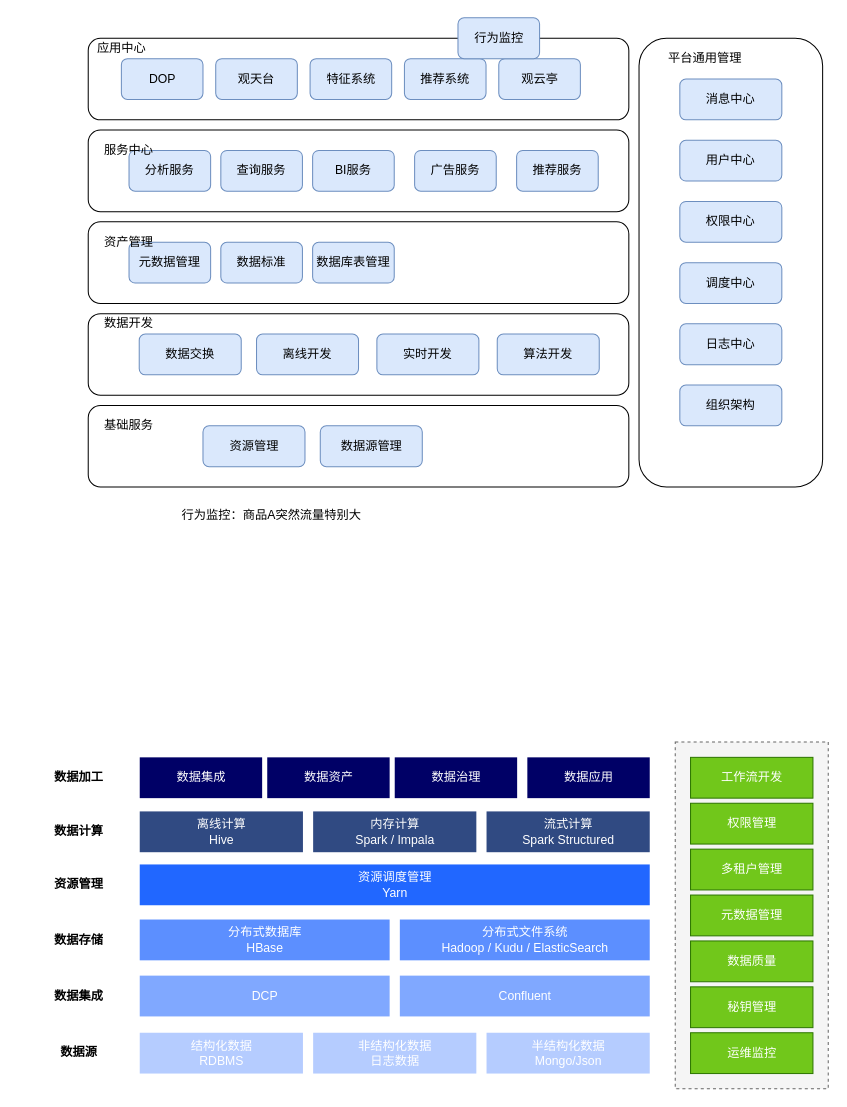
Before: page "产品架构" (2 of 5) of big_data/大数据架构.drawio in zoeminghong/full-stack, a draw.io diagram. Source tidied: cells renumbered, new cells numbered last; positions are measured from the earlier drawing's top-left corner, leaving out a move shared by most shapes. Both pictures are drawn from the tidied source at 102%, with x=0, y=0 at pixel (16, 17).
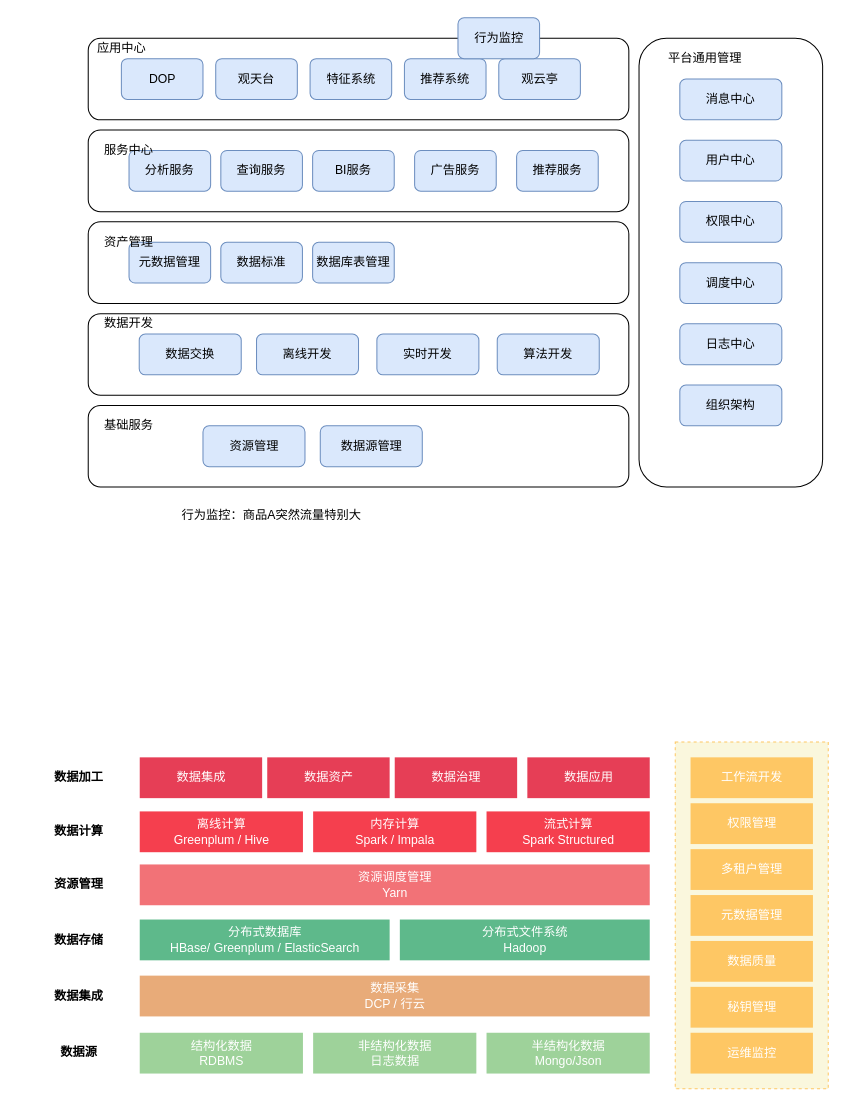
The same diagram, later.

The edit, as a diff of the source:
```diff
@@
-    <mxCell id="41" style="group;" parent="1" vertex="1">
+    <mxCell id="41" style="group;fillColor=#FFFFFF;" parent="1" vertex="1">
       <mxGeometry x="0.5" y="710" width="795" height="340" as="geometry" />
     </mxCell>
-    <mxCell id="42" style="rounded=0;whiteSpace=wrap;html=1;fillColor=#f5f5f5;dashed=1;strokeColor=#666666;fontColor=#333333;" parent="41" vertex="1">
+    <mxCell id="42" style="rounded=0;whiteSpace=wrap;html=1;dashed=1;fillColor=#FAF7DD;strokeColor=#FEC764;" parent="41" vertex="1">
       <mxGeometry x="645" width="150" height="340" as="geometry" />
     </mxCell>
-    <mxCell id="43" value="结构化数据&lt;br&gt;RDBMS" style="rounded=0;whiteSpace=wrap;html=1;fillColor=#b5ccff;fontColor=#FFFFFF;strokeColor=none;" parent="41" vertex="1">
+    <mxCell id="43" value="结构化数据&lt;br&gt;RDBMS" style="rounded=0;whiteSpace=wrap;html=1;fillColor=#9ed29a;strokeColor=none;fontColor=#FFFFFF;" parent="41" vertex="1">
       <mxGeometry x="120" y="285" width="160" height="40" as="geometry" />
     </mxCell>
-    <mxCell id="44" value="非结构化数据&lt;br&gt;日志数据" style="rounded=0;whiteSpace=wrap;html=1;fillColor=#b5ccff;fontColor=#FFFFFF;strokeColor=none;" parent="41" vertex="1">
+    <mxCell id="44" value="非结构化数据&lt;br&gt;日志数据" style="rounded=0;whiteSpace=wrap;html=1;fillColor=#9ed29a;strokeColor=none;fontColor=#FFFFFF;" parent="41" vertex="1">
       <mxGeometry x="290" y="285" width="160" height="40" as="geometry" />
     </mxCell>
-    <mxCell id="45" value="半结构化数据&lt;br&gt;Mongo/Json" style="rounded=0;whiteSpace=wrap;html=1;fillColor=#b5ccff;fontColor=#FFFFFF;strokeColor=none;" parent="41" vertex="1">
+    <mxCell id="45" value="半结构化数据&lt;br&gt;Mongo/Json" style="rounded=0;whiteSpace=wrap;html=1;fillColor=#9ed29a;strokeColor=none;fontColor=#FFFFFF;" parent="41" vertex="1">
       <mxGeometry x="460" y="285" width="160" height="40" as="geometry" />
     </mxCell>
-    <mxCell id="46" value="数据应用" style="rounded=0;whiteSpace=wrap;html=1;fillColor=#000066;fontColor=#FFFFFF;strokeColor=none;" parent="41" vertex="1">
+    <mxCell id="46" value="数据应用" style="rounded=0;whiteSpace=wrap;html=1;fillColor=#e63e56;fontColor=#FFFFFF;strokeColor=none;" parent="41" vertex="1">
       <mxGeometry x="500" y="15" width="120" height="40" as="geometry" />
     </mxCell>
-    <mxCell id="47" value="资源调度管理&lt;br&gt;Yarn" style="rounded=0;whiteSpace=wrap;html=1;fillColor=#2167ff;fontColor=#FFFFFF;strokeColor=none;" parent="41" vertex="1">
+    <mxCell id="47" value="资源调度管理&lt;br&gt;Yarn" style="rounded=0;whiteSpace=wrap;html=1;fillColor=#f27277;fontColor=#FFFFFF;strokeColor=none;" parent="41" vertex="1">
       <mxGeometry x="120" y="120" width="500" height="40" as="geometry" />
     </mxCell>
-    <mxCell id="48" value="数据治理" style="rounded=0;whiteSpace=wrap;html=1;fillColor=#000066;fontColor=#FFFFFF;strokeColor=none;" parent="41" vertex="1">
+    <mxCell id="48" value="数据治理" style="rounded=0;whiteSpace=wrap;html=1;fillColor=#e63e56;fontColor=#FFFFFF;strokeColor=none;" parent="41" vertex="1">
       <mxGeometry x="370" y="15" width="120" height="40" as="geometry" />
     </mxCell>
-    <mxCell id="49" value="数据资产" style="rounded=0;whiteSpace=wrap;html=1;fillColor=#000066;fontColor=#FFFFFF;strokeColor=none;" parent="41" vertex="1">
+    <mxCell id="49" value="数据资产" style="rounded=0;whiteSpace=wrap;html=1;fillColor=#e63e56;fontColor=#FFFFFF;strokeColor=none;" parent="41" vertex="1">
       <mxGeometry x="245" y="15" width="120" height="40" as="geometry" />
     </mxCell>
-    <mxCell id="50" value="离线计算&lt;br&gt;Hive" style="rounded=0;whiteSpace=wrap;html=1;fillColor=#304a82;fontColor=#FFFFFF;strokeColor=none;" parent="41" vertex="1">
+    <mxCell id="50" value="离线计算&lt;br&gt;Greenplum / Hive" style="rounded=0;whiteSpace=wrap;html=1;fillColor=#f53f4e;fontColor=#FFFFFF;strokeColor=none;" parent="41" vertex="1">
       <mxGeometry x="120" y="68" width="160" height="40" as="geometry" />
     </mxCell>
-    <mxCell id="51" value="分布式文件系统&lt;br&gt;Hadoop / Kudu / ElasticSearch" style="rounded=0;whiteSpace=wrap;html=1;fillColor=#5c8fff;fontColor=#FFFFFF;strokeColor=none;" parent="41" vertex="1">
+    <mxCell id="51" value="分布式文件系统&lt;br&gt;Hadoop" style="rounded=0;whiteSpace=wrap;html=1;fillColor=#5eb98b;fontColor=#FFFFFF;strokeColor=none;" parent="41" vertex="1">
       <mxGeometry x="375" y="174" width="245" height="40" as="geometry" />
     </mxCell>
-    <mxCell id="52" value="分布式数据库&lt;br&gt;HBase" style="rounded=0;whiteSpace=wrap;html=1;fillColor=#5c8fff;fontColor=#FFFFFF;strokeColor=none;" parent="41" vertex="1">
+    <mxCell id="52" value="分布式数据库&lt;br&gt;HBase/ Greenplum / ElasticSearch" style="rounded=0;whiteSpace=wrap;html=1;fillColor=#5eb98b;fontColor=#FFFFFF;strokeColor=none;" parent="41" vertex="1">
       <mxGeometry x="120" y="174" width="245" height="40" as="geometry" />
     </mxCell>
-    <mxCell id="53" value="Confluent" style="rounded=0;whiteSpace=wrap;html=1;fillColor=#80a8ff;fontColor=#FFFFFF;strokeColor=none;" parent="41" vertex="1">
-      <mxGeometry x="375" y="229" width="245" height="40" as="geometry" />
-    </mxCell>
-    <mxCell id="54" value="DCP" style="rounded=0;whiteSpace=wrap;html=1;fillColor=#80a8ff;fontColor=#FFFFFF;strokeColor=none;" parent="41" vertex="1">
-      <mxGeometry x="120" y="229" width="245" height="40" as="geometry" />
+    <mxCell id="54" value="数据采集&lt;br&gt;DCP / 行云" style="rounded=0;whiteSpace=wrap;html=1;fillColor=#e8ab79;fontColor=#FFFFFF;strokeColor=none;" parent="41" vertex="1">
+      <mxGeometry x="120" y="229" width="500" height="40" as="geometry" />
     </mxCell>
-    <mxCell id="55" value="内存计算&lt;br&gt;Spark / Impala" style="rounded=0;whiteSpace=wrap;html=1;fillColor=#304a82;fontColor=#FFFFFF;strokeColor=none;" parent="41" vertex="1">
+    <mxCell id="55" value="内存计算&lt;br&gt;Spark / Impala" style="rounded=0;whiteSpace=wrap;html=1;fillColor=#f53f4e;fontColor=#FFFFFF;strokeColor=none;" parent="41" vertex="1">
       <mxGeometry x="290" y="68" width="160" height="40" as="geometry" />
     </mxCell>
-    <mxCell id="56" value="流式计算&lt;br&gt;Spark Structured" style="rounded=0;whiteSpace=wrap;html=1;fillColor=#304a82;fontColor=#FFFFFF;strokeColor=none;" parent="41" vertex="1">
+    <mxCell id="56" value="流式计算&lt;br&gt;Spark Structured" style="rounded=0;whiteSpace=wrap;html=1;fillColor=#f53f4e;fontColor=#FFFFFF;strokeColor=none;" parent="41" vertex="1">
       <mxGeometry x="460" y="68" width="160" height="40" as="geometry" />
     </mxCell>
-    <mxCell id="57" value="数据集成" style="rounded=0;whiteSpace=wrap;html=1;fillColor=#000066;fontColor=#FFFFFF;strokeColor=none;" parent="41" vertex="1">
+    <mxCell id="57" value="数据集成" style="rounded=0;whiteSpace=wrap;html=1;fillColor=#e63e56;fontColor=#FFFFFF;strokeColor=none;" parent="41" vertex="1">
       <mxGeometry x="120" y="15" width="120" height="40" as="geometry" />
     </mxCell>
-    <mxCell id="58" value="工作流开发" style="rounded=0;whiteSpace=wrap;html=1;fillColor=#71C71B;strokeColor=#2D7600;fontColor=#ffffff;" parent="41" vertex="1">
+    <mxCell id="58" value="工作流开发" style="rounded=0;whiteSpace=wrap;html=1;fillColor=#fec764;strokeColor=none;fontColor=#ffffff;" parent="41" vertex="1">
       <mxGeometry x="660" y="15" width="120" height="40" as="geometry" />
     </mxCell>
-    <mxCell id="59" value="权限管理" style="rounded=0;whiteSpace=wrap;html=1;fillColor=#71C71B;strokeColor=#2D7600;fontColor=#ffffff;" parent="41" vertex="1">
+    <mxCell id="59" value="权限管理" style="rounded=0;whiteSpace=wrap;html=1;fillColor=#fec764;strokeColor=none;fontColor=#ffffff;" parent="41" vertex="1">
       <mxGeometry x="660" y="60" width="120" height="40" as="geometry" />
     </mxCell>
-    <mxCell id="60" value="多租户管理" style="rounded=0;whiteSpace=wrap;html=1;fillColor=#71C71B;strokeColor=#2D7600;fontColor=#ffffff;" parent="41" vertex="1">
+    <mxCell id="60" value="多租户管理" style="rounded=0;whiteSpace=wrap;html=1;fillColor=#fec764;strokeColor=none;fontColor=#ffffff;" parent="41" vertex="1">
       <mxGeometry x="660" y="105" width="120" height="40" as="geometry" />
     </mxCell>
-    <mxCell id="61" value="元数据管理" style="rounded=0;whiteSpace=wrap;html=1;fillColor=#71C71B;strokeColor=#2D7600;fontColor=#ffffff;" parent="41" vertex="1">
+    <mxCell id="61" value="元数据管理" style="rounded=0;whiteSpace=wrap;html=1;fillColor=#fec764;strokeColor=none;fontColor=#ffffff;" parent="41" vertex="1">
       <mxGeometry x="660" y="150" width="120" height="40" as="geometry" />
     </mxCell>
-    <mxCell id="62" value="数据质量" style="rounded=0;whiteSpace=wrap;html=1;fillColor=#71C71B;strokeColor=#2D7600;fontColor=#ffffff;" parent="41" vertex="1">
+    <mxCell id="62" value="数据质量" style="rounded=0;whiteSpace=wrap;html=1;fillColor=#fec764;strokeColor=none;fontColor=#ffffff;" parent="41" vertex="1">
       <mxGeometry x="660" y="195" width="120" height="40" as="geometry" />
     </mxCell>
-    <mxCell id="63" value="秘钥管理" style="rounded=0;whiteSpace=wrap;html=1;fillColor=#71C71B;strokeColor=#2D7600;fontColor=#ffffff;" parent="41" vertex="1">
+    <mxCell id="63" value="秘钥管理" style="rounded=0;whiteSpace=wrap;html=1;fillColor=#fec764;strokeColor=none;fontColor=#ffffff;" parent="41" vertex="1">
       <mxGeometry x="660" y="240" width="120" height="40" as="geometry" />
     </mxCell>
-    <mxCell id="64" value="运维监控" style="rounded=0;whiteSpace=wrap;html=1;fillColor=#71C71B;strokeColor=#2D7600;fontColor=#ffffff;" parent="41" vertex="1">
+    <mxCell id="64" value="运维监控" style="rounded=0;whiteSpace=wrap;html=1;fillColor=#fec764;strokeColor=none;fontColor=#ffffff;" parent="41" vertex="1">
       <mxGeometry x="660" y="285" width="120" height="40" as="geometry" />
     </mxCell>
```
